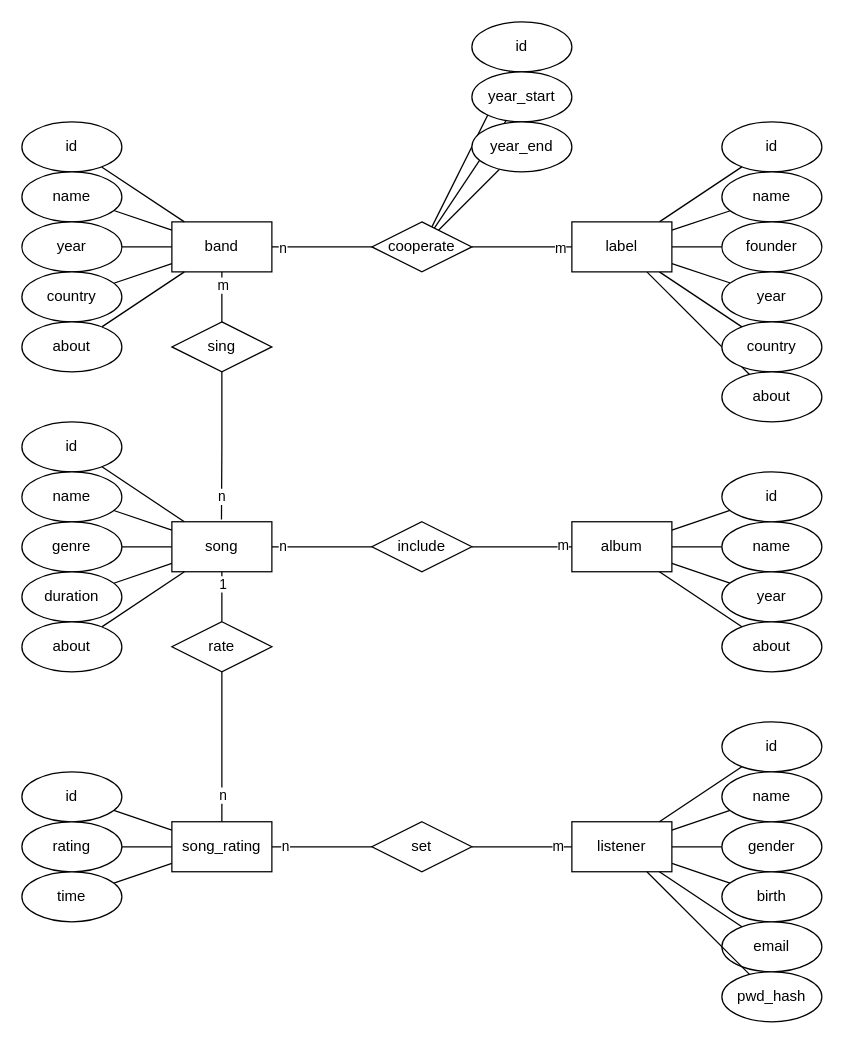
Before: lab_01/db_er.drawio in denzhkko/bmstu_iu7_db, a draw.io diagram. Source tidied: cells renumbered, new cells numbered last; positions are measured from the earlier drawing's top-left corner, leaving out a move shared by most shapes. Both pictures are drawn from the tidied source at 125%, with x=0, y=0 at pixel (21, 21).
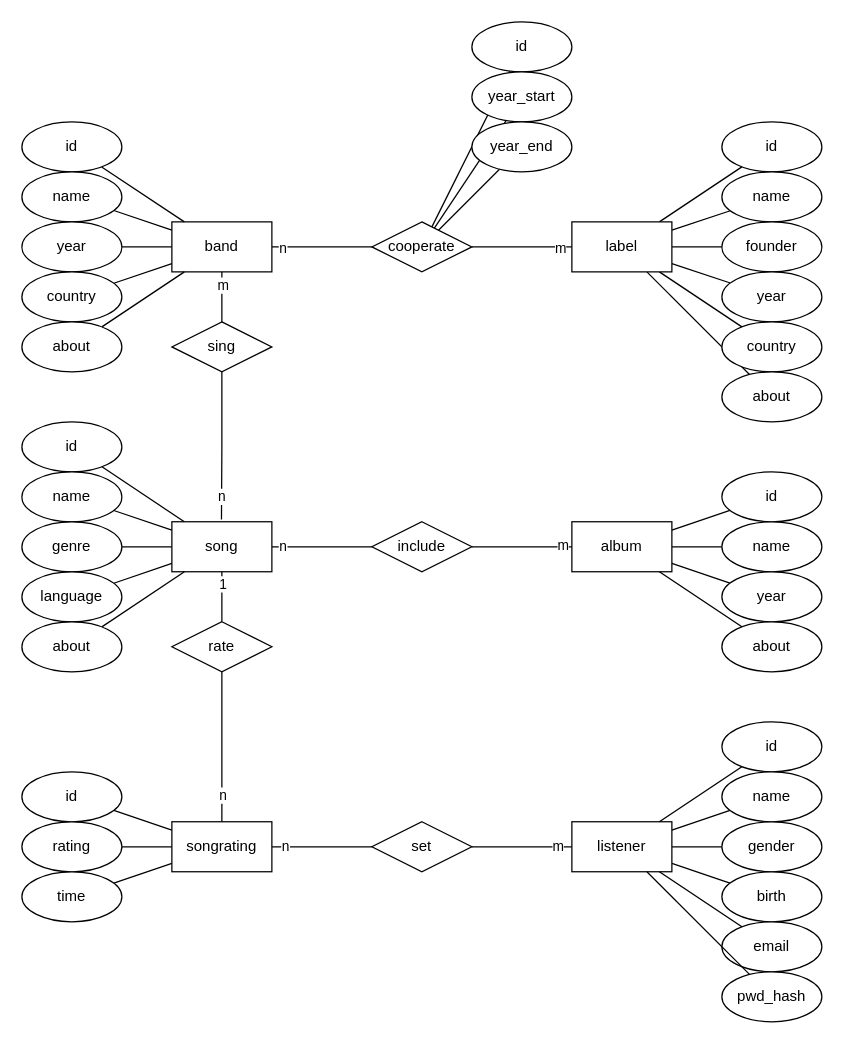
Above is the later version.

Commit message (it also covers changes not shown here):
lab_01:song duration -> song language; song_rating tablename -> songrating

What changed in the source:
```diff
@@
-    <mxCell id="6" value="&lt;div&gt;song_rating&lt;/div&gt;" style="rounded=0;whiteSpace=wrap;html=1;" parent="1" vertex="1">
+    <mxCell id="6" value="&lt;div&gt;songrating&lt;/div&gt;" style="rounded=0;whiteSpace=wrap;html=1;" parent="1" vertex="1">
       <mxGeometry x="120" y="639.9" width="80" height="40" as="geometry" />
     </mxCell>
@@
-    <mxCell id="65" value="duration" style="ellipse;whiteSpace=wrap;html=1;" parent="1" vertex="1">
+    <mxCell id="65" value="&lt;div&gt;language&lt;/div&gt;" style="ellipse;whiteSpace=wrap;html=1;" parent="1" vertex="1">
       <mxGeometry y="440" width="80" height="40" as="geometry" />
     </mxCell>
```
